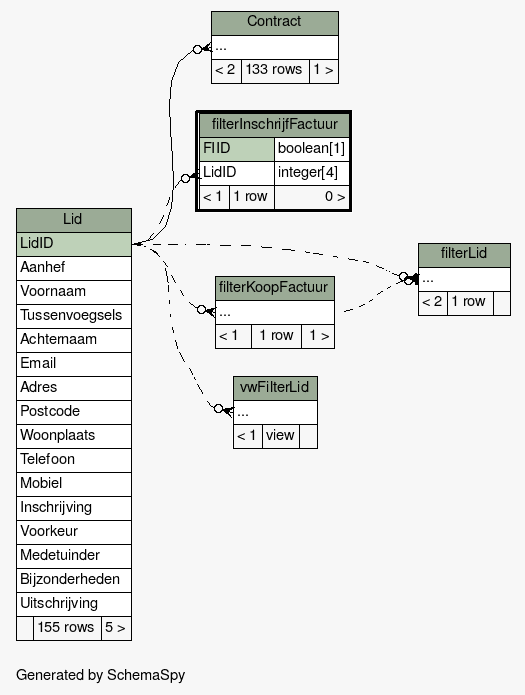
Earlier version of the Graphviz export db-schema-docs/diagrams/filterInschrijfFactuur.implied2degrees.png (slspeek/ona-volkstuin). Its source is kept beside it as db-schema-docs/diagrams/filterInschrijfFactuur.implied2degrees.dot.
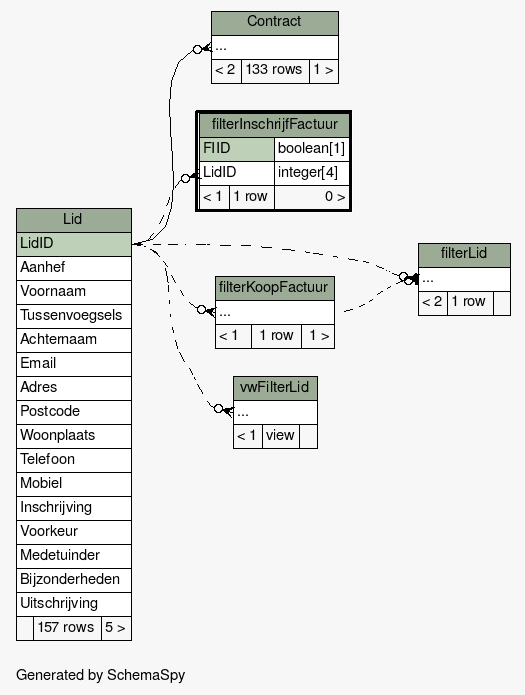
After the commit.

Diff of the diagram source:
```diff
@@ -84,7 +84,7 @@
       <TR><TD PORT="Medetuinder" COLSPAN="3" ALIGN="LEFT">Medetuinder</TD></TR>
       <TR><TD PORT="Bijzonderheden" COLSPAN="3" ALIGN="LEFT">Bijzonderheden</TD></TR>
       <TR><TD PORT="Uitschrijving" COLSPAN="3" ALIGN="LEFT">Uitschrijving</TD></TR>
-      <TR><TD ALIGN="LEFT" BGCOLOR="#f7f7f7">  </TD><TD ALIGN="RIGHT" BGCOLOR="#f7f7f7">155 rows</TD><TD ALIGN="RIGHT" BGCOLOR="#f7f7f7">5 &gt;</TD></TR>
+      <TR><TD ALIGN="LEFT" BGCOLOR="#f7f7f7">  </TD><TD ALIGN="RIGHT" BGCOLOR="#f7f7f7">157 rows</TD><TD ALIGN="RIGHT" BGCOLOR="#f7f7f7">5 &gt;</TD></TR>
     </TABLE>>
     URL="Lid.html"
     tooltip="Lid"
```
